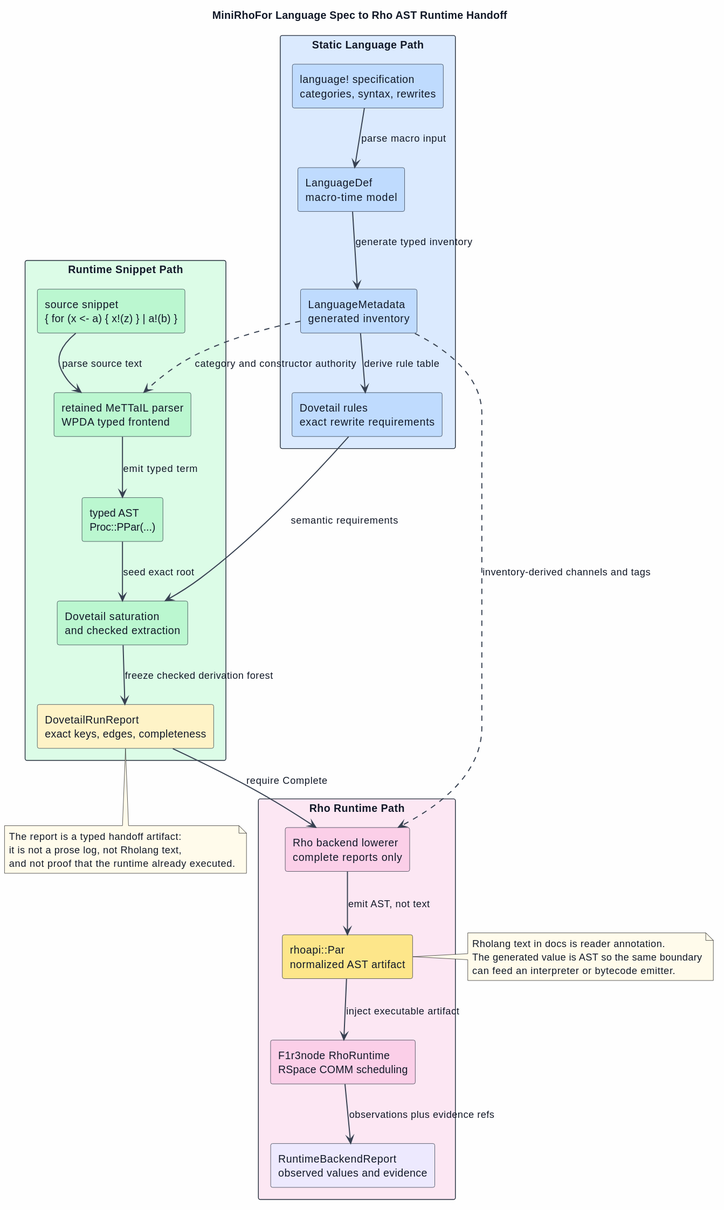
F1R3FLY-io/mettail-rust keeps this PlantUML diagram as docs/architecture/dovetail/figures/10-minirho-end-to-end.svg. Above is the earlier version. Source of this version:
```plantuml
@startuml
title MiniRhoFor Language Spec to Rho AST Runtime Handoff

skinparam backgroundColor #FEFEFE
skinparam shadowing false
skinparam ArrowColor #374151
skinparam ArrowThickness 1.4
skinparam defaultFontColor #111827
skinparam rectangle {
  BorderColor #1F2937
  FontColor #111827
}

rectangle "Static Language Path" as StaticPath #DBEAFE {
  rectangle "language! specification\ncategories, syntax, rewrites" as Spec #BFDBFE
  rectangle "LanguageDef\nmacro-time model" as LangDef #BFDBFE
  rectangle "LanguageMetadata\ngenerated inventory" as Metadata #BFDBFE
  rectangle "Dovetail rules\nexact rewrite requirements" as Rules #BFDBFE
}

rectangle "Runtime Snippet Path" as RuntimePath #DCFCE7 {
  rectangle "source snippet\n{ for (x <- a) { x!(z) } | a!(b) }" as Source #BBF7D0
  rectangle "retained MeTTaIL parser\nWPDA typed frontend" as Parser #BBF7D0
  rectangle "typed AST\nProc::PPar(...)" as TypedAst #BBF7D0
  rectangle "Dovetail saturation\nand checked extraction" as Dovetail #BBF7D0
  rectangle "DovetailRunReport\nexact keys, edges, completeness" as Report #FEF3C7
}

rectangle "Rho Runtime Path" as RhoPath #FCE7F3 {
  rectangle "Rho backend lowerer\ncomplete reports only" as Lowerer #FBCFE8
  rectangle "rhoapi::Par\nnormalized AST artifact" as Par #FDE68A
  rectangle "F1r3node RhoRuntime\nRSpace COMM scheduling" as Runtime #FBCFE8
  rectangle "RuntimeBackendReport\nobserved values and evidence" as RuntimeReport #EDE9FE
}

Spec --> LangDef : parse macro input
LangDef --> Metadata : generate typed inventory
Metadata --> Rules : derive rule table
Rules --> Dovetail : semantic requirements

Source --> Parser : parse source text
Parser --> TypedAst : emit typed term
TypedAst --> Dovetail : seed exact root
Dovetail --> Report : freeze checked derivation forest

Report --> Lowerer : require Complete
Lowerer --> Par : emit AST, not text
Par --> Runtime : inject executable artifact
Runtime --> RuntimeReport : observations plus evidence refs

Metadata ..> Parser : category and constructor authority
Metadata ..> Lowerer : inventory-derived channels and tags

note bottom of Report #FFFBEB
  The report is a typed handoff artifact:
  it is not a prose log, not Rholang text,
  and not proof that the runtime already executed.
end note

note right of Par #FFFBEB
  Rholang text in docs is reader annotation.
  The generated value is AST so the same boundary
  can feed an interpreter or bytecode emitter.
end note
@enduml
```
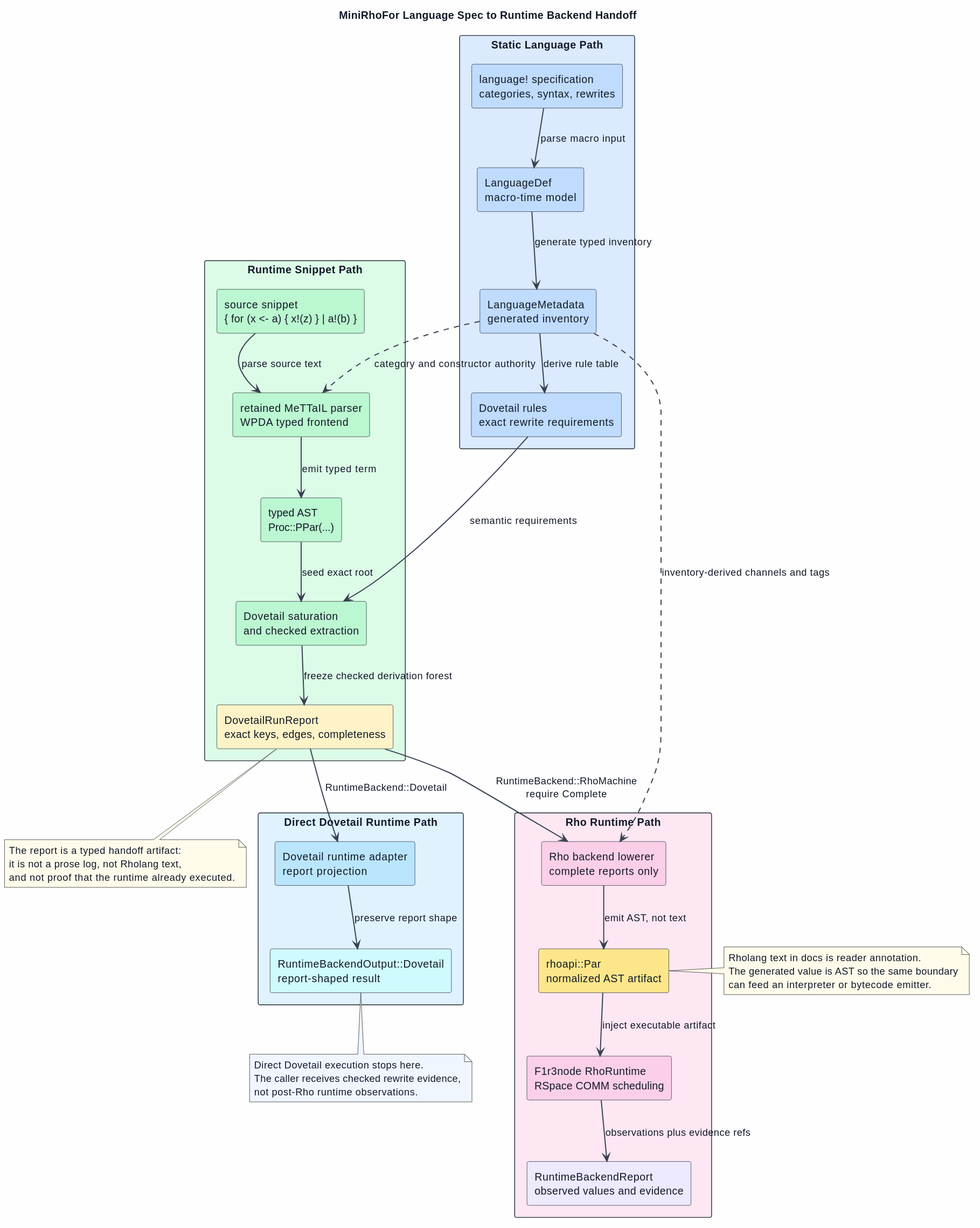
The same file after the commit.

Commit message:
Clarify MiniRhoFor runtime handoff

Diff of the diagram source:
```diff
@@ -1,5 +1,5 @@
 @startuml
-title MiniRhoFor Language Spec to Rho AST Runtime Handoff
+title MiniRhoFor Language Spec to Runtime Backend Handoff
 
 skinparam backgroundColor #FEFEFE
 skinparam shadowing false
@@ -26,6 +26,11 @@
   rectangle "DovetailRunReport\nexact keys, edges, completeness" as Report #FEF3C7
 }
 
+rectangle "Direct Dovetail Runtime Path" as DirectPath #E0F2FE {
+  rectangle "Dovetail runtime adapter\nreport projection" as DirectAdapter #BAE6FD
+  rectangle "RuntimeBackendOutput::Dovetail\nreport-shaped result" as DirectOutput #CFFAFE
+}
+
 rectangle "Rho Runtime Path" as RhoPath #FCE7F3 {
   rectangle "Rho backend lowerer\ncomplete reports only" as Lowerer #FBCFE8
   rectangle "rhoapi::Par\nnormalized AST artifact" as Par #FDE68A
@@ -43,7 +48,10 @@
 TypedAst --> Dovetail : seed exact root
 Dovetail --> Report : freeze checked derivation forest
 
-Report --> Lowerer : require Complete
+Report --> DirectAdapter : RuntimeBackend::Dovetail
+DirectAdapter --> DirectOutput : preserve report shape
+
+Report --> Lowerer : RuntimeBackend::RhoMachine\nrequire Complete
 Lowerer --> Par : emit AST, not text
 Par --> Runtime : inject executable artifact
 Runtime --> RuntimeReport : observations plus evidence refs
@@ -57,6 +65,12 @@
   and not proof that the runtime already executed.
 end note
 
+note bottom of DirectOutput #EFF6FF
+  Direct Dovetail execution stops here.
+  The caller receives checked rewrite evidence,
+  not post-Rho runtime observations.
+end note
+
 note right of Par #FFFBEB
   Rholang text in docs is reader annotation.
   The generated value is AST so the same boundary
```
